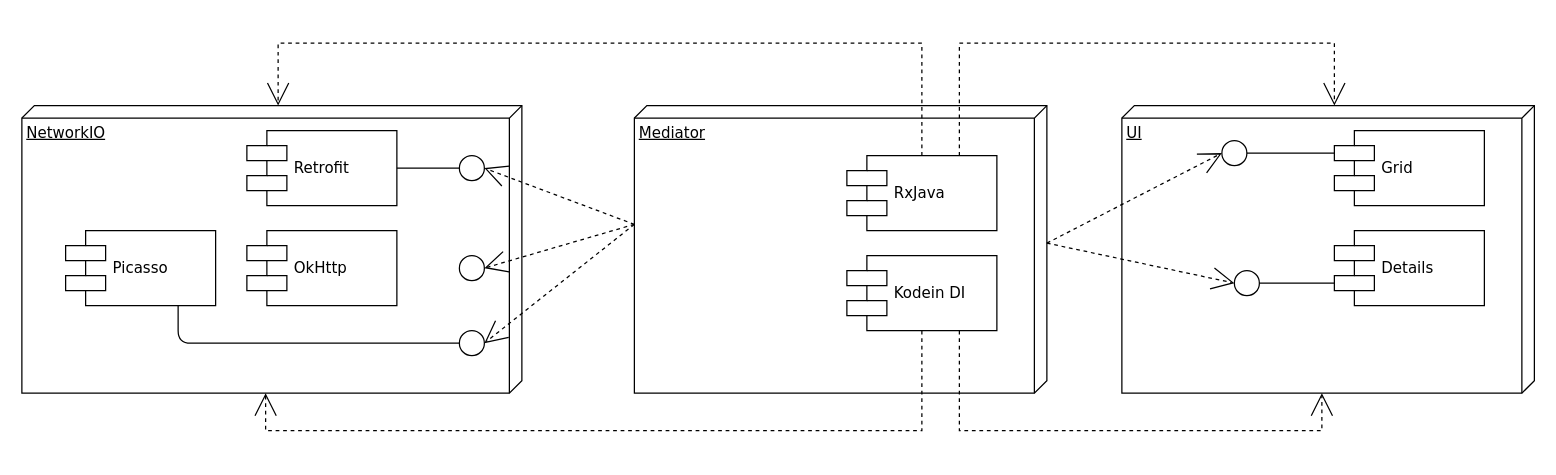
This is ImgurSearchComponents.drawio from pathakashish/ImgurSearchDemo, a draw.io file, before an edit. Source tidied: cells renumbered, new cells numbered last; positions are measured from the earlier drawing's top-left corner, leaving out a move shared by most shapes. Both pictures are drawn from the tidied source at 125%, with x=0, y=0 at pixel (21, 42).
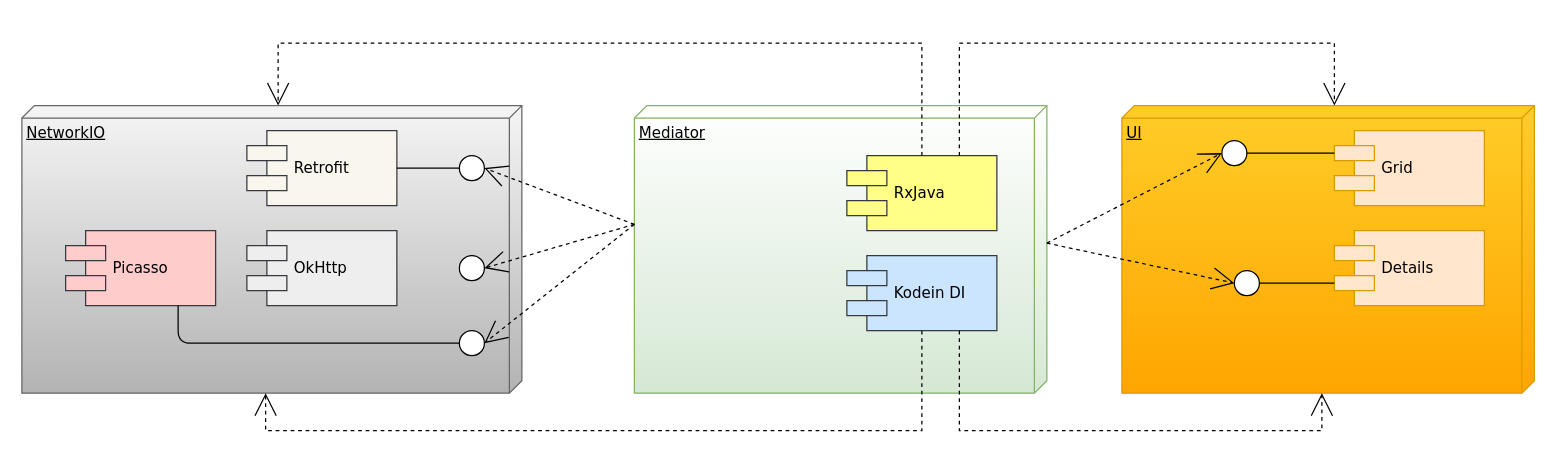
After the change.

Commit message:
Make the component diagram colourful

Diff of the diagram source:
```diff
@@
-    <mxCell id="2" value="NetworkIO" style="verticalAlign=top;align=left;spacingTop=8;spacingLeft=2;spacingRight=12;shape=cube;size=10;direction=south;fontStyle=4;html=1;rounded=0;shadow=0;comic=0;labelBackgroundColor=none;strokeWidth=1;fontFamily=Verdana;fontSize=12;" parent="1" vertex="1">
+    <mxCell id="2" value="NetworkIO" style="verticalAlign=top;align=left;spacingTop=8;spacingLeft=2;spacingRight=12;shape=cube;size=10;direction=south;fontStyle=4;html=1;rounded=0;shadow=0;comic=0;labelBackgroundColor=none;strokeWidth=1;fontFamily=Verdana;fontSize=12;fillColor=#f5f5f5;strokeColor=#666666;gradientColor=#b3b3b3;gradientDirection=east;" parent="1" vertex="1">
       <mxGeometry y="50" width="400" height="230" as="geometry" />
     </mxCell>
-    <mxCell id="3" value="Retrofit" style="shape=component;align=left;spacingLeft=36;rounded=0;shadow=0;comic=0;labelBackgroundColor=none;strokeWidth=1;fontFamily=Verdana;fontSize=12;html=1;" parent="1" vertex="1">
+    <mxCell id="3" value="Retrofit" style="shape=component;align=left;spacingLeft=36;rounded=0;shadow=0;comic=0;labelBackgroundColor=none;strokeWidth=1;fontFamily=Verdana;fontSize=12;html=1;fillColor=#f9f7ed;strokeColor=#36393d;" parent="1" vertex="1">
       <mxGeometry x="180" y="70" width="120" height="60" as="geometry" />
     </mxCell>
-    <mxCell id="4" value="OkHttp" style="shape=component;align=left;spacingLeft=36;rounded=0;shadow=0;comic=0;labelBackgroundColor=none;strokeWidth=1;fontFamily=Verdana;fontSize=12;html=1;" parent="1" vertex="1">
+    <mxCell id="4" value="OkHttp" style="shape=component;align=left;spacingLeft=36;rounded=0;shadow=0;comic=0;labelBackgroundColor=none;strokeWidth=1;fontFamily=Verdana;fontSize=12;html=1;fillColor=#eeeeee;strokeColor=#36393d;" parent="1" vertex="1">
       <mxGeometry x="180" y="150" width="120" height="60" as="geometry" />
     </mxCell>
-    <mxCell id="5" value="Picasso" style="shape=component;align=left;spacingLeft=36;rounded=0;shadow=0;comic=0;labelBackgroundColor=none;strokeWidth=1;fontFamily=Verdana;fontSize=12;html=1;" parent="1" vertex="1">
+    <mxCell id="5" value="Picasso" style="shape=component;align=left;spacingLeft=36;rounded=0;shadow=0;comic=0;labelBackgroundColor=none;strokeWidth=1;fontFamily=Verdana;fontSize=12;html=1;fillColor=#ffcccc;strokeColor=#36393d;" parent="1" vertex="1">
       <mxGeometry x="35" y="150" width="120" height="60" as="geometry" />
     </mxCell>
-    <mxCell id="6" value="Mediator" style="verticalAlign=top;align=left;spacingTop=8;spacingLeft=2;spacingRight=12;shape=cube;size=10;direction=south;fontStyle=4;html=1;rounded=0;shadow=0;comic=0;labelBackgroundColor=none;strokeWidth=1;fontFamily=Verdana;fontSize=12;" parent="1" vertex="1">
+    <mxCell id="6" value="Mediator" style="verticalAlign=top;align=left;spacingTop=8;spacingLeft=2;spacingRight=12;shape=cube;size=10;direction=south;fontStyle=4;html=1;rounded=0;shadow=0;comic=0;labelBackgroundColor=none;strokeWidth=1;fontFamily=Verdana;fontSize=12;fillColor=#d5e8d4;strokeColor=#82b366;gradientDirection=west;gradientColor=#ffffff;" parent="1" vertex="1">
       <mxGeometry x="490" y="50" width="330" height="230" as="geometry" />
     </mxCell>
-    <mxCell id="7" value="RxJava" style="shape=component;align=left;spacingLeft=36;rounded=0;shadow=0;comic=0;labelBackgroundColor=none;strokeWidth=1;fontFamily=Verdana;fontSize=12;html=1;" parent="1" vertex="1">
+    <mxCell id="7" value="RxJava" style="shape=component;align=left;spacingLeft=36;rounded=0;shadow=0;comic=0;labelBackgroundColor=none;strokeWidth=1;fontFamily=Verdana;fontSize=12;html=1;fillColor=#ffff88;strokeColor=#36393d;" parent="1" vertex="1">
       <mxGeometry x="660" y="90" width="120" height="60" as="geometry" />
     </mxCell>
-    <mxCell id="8" value="Kodein DI" style="shape=component;align=left;spacingLeft=36;rounded=0;shadow=0;comic=0;labelBackgroundColor=none;strokeWidth=1;fontFamily=Verdana;fontSize=12;html=1;" parent="1" vertex="1">
+    <mxCell id="8" value="Kodein DI" style="shape=component;align=left;spacingLeft=36;rounded=0;shadow=0;comic=0;labelBackgroundColor=none;strokeWidth=1;fontFamily=Verdana;fontSize=12;html=1;fillColor=#cce5ff;strokeColor=#36393d;" parent="1" vertex="1">
       <mxGeometry x="660" y="170" width="120" height="60" as="geometry" />
     </mxCell>
@@
-    <mxCell id="19" value="UI" style="verticalAlign=top;align=left;spacingTop=8;spacingLeft=2;spacingRight=12;shape=cube;size=10;direction=south;fontStyle=4;html=1;rounded=0;shadow=0;comic=0;labelBackgroundColor=none;strokeWidth=1;fontFamily=Verdana;fontSize=12;" parent="1" vertex="1">
+    <mxCell id="19" value="UI" style="verticalAlign=top;align=left;spacingTop=8;spacingLeft=2;spacingRight=12;shape=cube;size=10;direction=south;fontStyle=4;html=1;rounded=0;shadow=0;comic=0;labelBackgroundColor=none;strokeWidth=1;fontFamily=Verdana;fontSize=12;gradientColor=#ffa500;fillColor=#ffcd28;strokeColor=#d79b00;gradientDirection=east;" parent="1" vertex="1">
       <mxGeometry x="880" y="50" width="330" height="230" as="geometry" />
     </mxCell>
-    <mxCell id="20" value="Grid" style="shape=component;align=left;spacingLeft=36;rounded=0;shadow=0;comic=0;labelBackgroundColor=none;strokeWidth=1;fontFamily=Verdana;fontSize=12;html=1;" parent="1" vertex="1">
+    <mxCell id="20" value="Grid" style="shape=component;align=left;spacingLeft=36;rounded=0;shadow=0;comic=0;labelBackgroundColor=none;strokeWidth=1;fontFamily=Verdana;fontSize=12;html=1;fillColor=#ffe6cc;strokeColor=#d79b00;" parent="1" vertex="1">
       <mxGeometry x="1050" y="70" width="120" height="60" as="geometry" />
     </mxCell>
-    <mxCell id="21" value="Details" style="shape=component;align=left;spacingLeft=36;rounded=0;shadow=0;comic=0;labelBackgroundColor=none;strokeWidth=1;fontFamily=Verdana;fontSize=12;html=1;" parent="1" vertex="1">
+    <mxCell id="21" value="Details" style="shape=component;align=left;spacingLeft=36;rounded=0;shadow=0;comic=0;labelBackgroundColor=none;strokeWidth=1;fontFamily=Verdana;fontSize=12;html=1;fillColor=#ffe6cc;strokeColor=#d79b00;" parent="1" vertex="1">
       <mxGeometry x="1050" y="150" width="120" height="60" as="geometry" />
     </mxCell>
```
